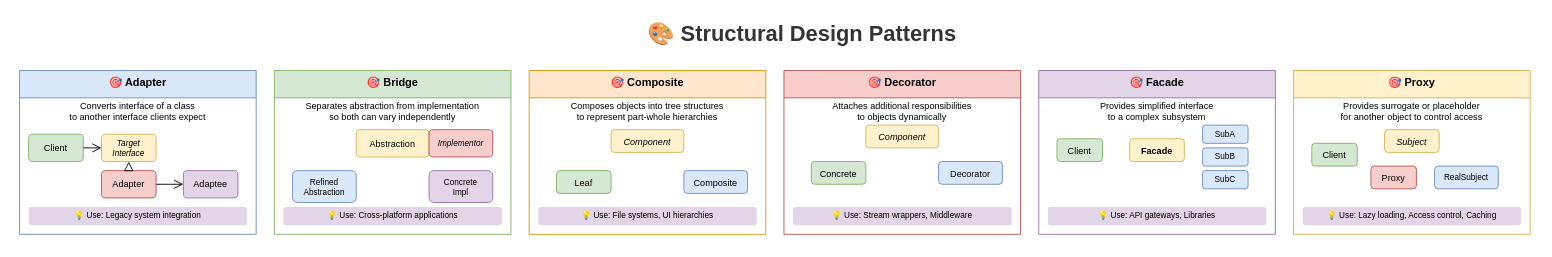
MrParkerZ7/document-lesson-software-architect-x-claude keeps this draw.io diagram as lesson-01-software-design-architecture/01-design-patterns/1.2-structural-patterns-overview.drawio. Above is the earlier version. Source tidied: cells renumbered, new cells numbered last; positions are measured from the earlier drawing's top-left corner, leaving out a move shared by most shapes. Both pictures are drawn from the tidied source at 91%, with x=0, y=0 at pixel (19, 15).
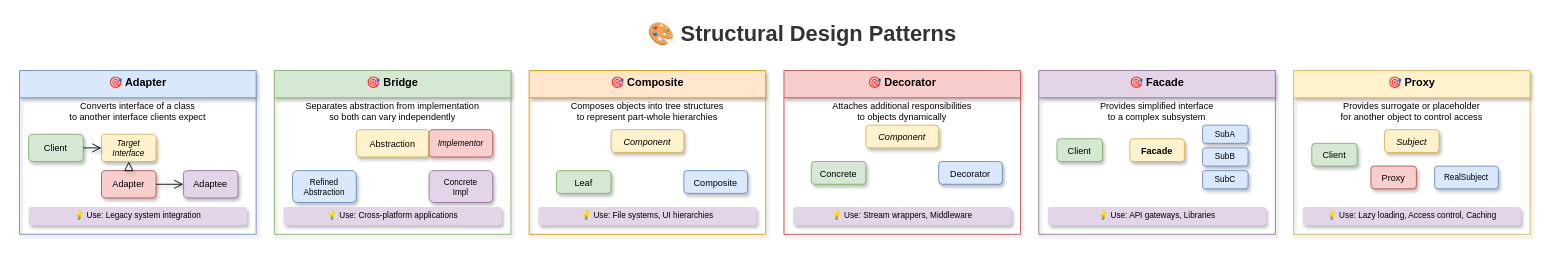
The same diagram, later.

Diff of the diagram source:
```diff
@@
-    <mxCell id="3" value="🎯 Adapter" style="swimlane;fontStyle=1;align=center;verticalAlign=top;horizontal=1;startSize=30;fillColor=#dae8fc;strokeColor=#6c8ebf;" parent="1" vertex="1">
+    <mxCell id="3" value="🎯 Adapter" style="swimlane;fontStyle=1;align=center;verticalAlign=top;horizontal=1;startSize=30;fillColor=#dae8fc;strokeColor=#6c8ebf;shadow=1;rounded=0;" parent="1" vertex="1">
       <mxGeometry y="60" width="260" height="180" as="geometry" />
     </mxCell>
@@
-    <mxCell id="5" value="Client" style="rounded=1;whiteSpace=wrap;html=1;fillColor=#d5e8d4;strokeColor=#82b366;fontSize=10;" parent="3" vertex="1">
+    <mxCell id="5" value="Client" style="rounded=1;whiteSpace=wrap;html=1;fillColor=#d5e8d4;strokeColor=#82b366;fontSize=10;shadow=1;" parent="3" vertex="1">
       <mxGeometry x="10" y="70" width="60" height="30" as="geometry" />
     </mxCell>
-    <mxCell id="6" value="Target&#10;Interface" style="rounded=1;whiteSpace=wrap;html=1;fillColor=#fff2cc;strokeColor=#d6b656;fontSize=9;fontStyle=2;" parent="3" vertex="1">
+    <mxCell id="6" value="Target&#10;Interface" style="rounded=1;whiteSpace=wrap;html=1;fillColor=#fff2cc;strokeColor=#d6b656;fontSize=9;fontStyle=2;shadow=1;" parent="3" vertex="1">
       <mxGeometry x="90" y="70" width="60" height="30" as="geometry" />
     </mxCell>
-    <mxCell id="7" value="Adapter" style="rounded=1;whiteSpace=wrap;html=1;fillColor=#f8cecc;strokeColor=#b85450;fontSize=10;" parent="3" vertex="1">
+    <mxCell id="7" value="Adapter" style="rounded=1;whiteSpace=wrap;html=1;fillColor=#f8cecc;strokeColor=#b85450;fontSize=10;shadow=1;" parent="3" vertex="1">
       <mxGeometry x="90" y="110" width="60" height="30" as="geometry" />
     </mxCell>
-    <mxCell id="8" value="Adaptee" style="rounded=1;whiteSpace=wrap;html=1;fillColor=#e1d5e7;strokeColor=#9673a6;fontSize=10;" parent="3" vertex="1">
+    <mxCell id="8" value="Adaptee" style="rounded=1;whiteSpace=wrap;html=1;fillColor=#e1d5e7;strokeColor=#9673a6;fontSize=10;shadow=1;" parent="3" vertex="1">
       <mxGeometry x="180" y="110" width="60" height="30" as="geometry" />
     </mxCell>
-    <mxCell id="9" style="endArrow=open;endFill=0;endSize=8;html=1;exitX=1;exitY=0.5;exitDx=0;exitDy=0;entryX=0;entryY=0.5;entryDx=0;entryDy=0;" parent="3" edge="1" source="5" target="6">
+    <mxCell id="9" style="endArrow=open;endFill=0;endSize=8;html=1;exitX=1;exitY=0.5;exitDx=0;exitDy=0;entryX=0;entryY=0.5;entryDx=0;entryDy=0;shadow=1;curved=1;flowAnimation=1;jumpStyle=arc;" parent="3" edge="1" source="5" target="6">
       <mxGeometry relative="1" as="geometry" />
     </mxCell>
-    <mxCell id="10" style="endArrow=block;endFill=0;endSize=8;html=1;exitX=0.5;exitY=0;exitDx=0;exitDy=0;entryX=0.5;entryY=1;entryDx=0;entryDy=0;" parent="3" edge="1" source="7" target="6">
+    <mxCell id="10" style="endArrow=block;endFill=0;endSize=8;html=1;exitX=0.5;exitY=0;exitDx=0;exitDy=0;entryX=0.5;entryY=1;entryDx=0;entryDy=0;shadow=1;curved=1;flowAnimation=1;jumpStyle=arc;" parent="3" edge="1" source="7" target="6">
       <mxGeometry relative="1" as="geometry" />
     </mxCell>
-    <mxCell id="11" style="endArrow=open;endFill=0;endSize=8;html=1;exitX=1;exitY=0.5;exitDx=0;exitDy=0;entryX=0;entryY=0.5;entryDx=0;entryDy=0;" parent="3" edge="1" source="7" target="8">
+    <mxCell id="11" style="endArrow=open;endFill=0;endSize=8;html=1;exitX=1;exitY=0.5;exitDx=0;exitDy=0;entryX=0;entryY=0.5;entryDx=0;entryDy=0;shadow=1;curved=1;flowAnimation=1;jumpStyle=arc;" parent="3" edge="1" source="7" target="8">
       <mxGeometry relative="1" as="geometry" />
     </mxCell>
-    <mxCell id="12" value="💡 Use: Legacy system integration" style="text;html=1;strokeColor=none;fillColor=#e1d5e7;align=center;verticalAlign=middle;whiteSpace=wrap;rounded=1;fontSize=9;" parent="3" vertex="1">
+    <mxCell id="12" value="💡 Use: Legacy system integration" style="text;html=1;strokeColor=none;fillColor=#e1d5e7;align=center;verticalAlign=middle;whiteSpace=wrap;rounded=1;fontSize=9;shadow=1;" parent="3" vertex="1">
       <mxGeometry x="10" y="150" width="240" height="20" as="geometry" />
     </mxCell>
-    <mxCell id="13" value="🎯 Bridge" style="swimlane;fontStyle=1;align=center;verticalAlign=top;horizontal=1;startSize=30;fillColor=#d5e8d4;strokeColor=#82b366;" parent="1" vertex="1">
+    <mxCell id="13" value="🎯 Bridge" style="swimlane;fontStyle=1;align=center;verticalAlign=top;horizontal=1;startSize=30;fillColor=#d5e8d4;strokeColor=#82b366;shadow=1;rounded=0;" parent="1" vertex="1">
       <mxGeometry x="280" y="60" width="260" height="180" as="geometry" />
     </mxCell>
@@
-    <mxCell id="15" value="Abstraction" style="rounded=1;whiteSpace=wrap;html=1;fillColor=#fff2cc;strokeColor=#d6b656;fontSize=10;" parent="13" vertex="1">
+    <mxCell id="15" value="Abstraction" style="rounded=1;whiteSpace=wrap;html=1;fillColor=#fff2cc;strokeColor=#d6b656;fontSize=10;shadow=1;" parent="13" vertex="1">
       <mxGeometry x="90" y="65" width="80" height="30" as="geometry" />
     </mxCell>
-    <mxCell id="16" value="Refined&#10;Abstraction" style="rounded=1;whiteSpace=wrap;html=1;fillColor=#dae8fc;strokeColor=#6c8ebf;fontSize=9;" parent="13" vertex="1">
+    <mxCell id="16" value="Refined&#10;Abstraction" style="rounded=1;whiteSpace=wrap;html=1;fillColor=#dae8fc;strokeColor=#6c8ebf;fontSize=9;shadow=1;" parent="13" vertex="1">
       <mxGeometry x="20" y="110" width="70" height="35" as="geometry" />
     </mxCell>
-    <mxCell id="17" value="Implementor" style="rounded=1;whiteSpace=wrap;html=1;fillColor=#f8cecc;strokeColor=#b85450;fontSize=9;fontStyle=2;" parent="13" vertex="1">
+    <mxCell id="17" value="Implementor" style="rounded=1;whiteSpace=wrap;html=1;fillColor=#f8cecc;strokeColor=#b85450;fontSize=9;fontStyle=2;shadow=1;" parent="13" vertex="1">
       <mxGeometry x="170" y="65" width="70" height="30" as="geometry" />
     </mxCell>
-    <mxCell id="18" value="Concrete&#10;Impl" style="rounded=1;whiteSpace=wrap;html=1;fillColor=#e1d5e7;strokeColor=#9673a6;fontSize=9;" parent="13" vertex="1">
+    <mxCell id="18" value="Concrete&#10;Impl" style="rounded=1;whiteSpace=wrap;html=1;fillColor=#e1d5e7;strokeColor=#9673a6;fontSize=9;shadow=1;" parent="13" vertex="1">
       <mxGeometry x="170" y="110" width="70" height="35" as="geometry" />
     </mxCell>
-    <mxCell id="19" value="💡 Use: Cross-platform applications" style="text;html=1;strokeColor=none;fillColor=#e1d5e7;align=center;verticalAlign=middle;whiteSpace=wrap;rounded=1;fontSize=9;" parent="13" vertex="1">
+    <mxCell id="19" value="💡 Use: Cross-platform applications" style="text;html=1;strokeColor=none;fillColor=#e1d5e7;align=center;verticalAlign=middle;whiteSpace=wrap;rounded=1;fontSize=9;shadow=1;" parent="13" vertex="1">
       <mxGeometry x="10" y="150" width="240" height="20" as="geometry" />
     </mxCell>
-    <mxCell id="20" value="🎯 Composite" style="swimlane;fontStyle=1;align=center;verticalAlign=top;horizontal=1;startSize=30;fillColor=#ffe6cc;strokeColor=#d79b00;" parent="1" vertex="1">
+    <mxCell id="20" value="🎯 Composite" style="swimlane;fontStyle=1;align=center;verticalAlign=top;horizontal=1;startSize=30;fillColor=#ffe6cc;strokeColor=#d79b00;shadow=1;rounded=0;" parent="1" vertex="1">
       <mxGeometry x="560" y="60" width="260" height="180" as="geometry" />
     </mxCell>
@@
-    <mxCell id="22" value="Component" style="rounded=1;whiteSpace=wrap;html=1;fillColor=#fff2cc;strokeColor=#d6b656;fontSize=10;fontStyle=2;" parent="20" vertex="1">
+    <mxCell id="22" value="Component" style="rounded=1;whiteSpace=wrap;html=1;fillColor=#fff2cc;strokeColor=#d6b656;fontSize=10;fontStyle=2;shadow=1;" parent="20" vertex="1">
       <mxGeometry x="90" y="65" width="80" height="25" as="geometry" />
     </mxCell>
-    <mxCell id="23" value="Leaf" style="rounded=1;whiteSpace=wrap;html=1;fillColor=#d5e8d4;strokeColor=#82b366;fontSize=10;" parent="20" vertex="1">
+    <mxCell id="23" value="Leaf" style="rounded=1;whiteSpace=wrap;html=1;fillColor=#d5e8d4;strokeColor=#82b366;fontSize=10;shadow=1;" parent="20" vertex="1">
       <mxGeometry x="30" y="110" width="60" height="25" as="geometry" />
     </mxCell>
-    <mxCell id="24" value="Composite" style="rounded=1;whiteSpace=wrap;html=1;fillColor=#dae8fc;strokeColor=#6c8ebf;fontSize=10;" parent="20" vertex="1">
+    <mxCell id="24" value="Composite" style="rounded=1;whiteSpace=wrap;html=1;fillColor=#dae8fc;strokeColor=#6c8ebf;fontSize=10;shadow=1;" parent="20" vertex="1">
       <mxGeometry x="170" y="110" width="70" height="25" as="geometry" />
     </mxCell>
-    <mxCell id="25" value="💡 Use: File systems, UI hierarchies" style="text;html=1;strokeColor=none;fillColor=#e1d5e7;align=center;verticalAlign=middle;whiteSpace=wrap;rounded=1;fontSize=9;" parent="20" vertex="1">
+    <mxCell id="25" value="💡 Use: File systems, UI hierarchies" style="text;html=1;strokeColor=none;fillColor=#e1d5e7;align=center;verticalAlign=middle;whiteSpace=wrap;rounded=1;fontSize=9;shadow=1;" parent="20" vertex="1">
       <mxGeometry x="10" y="150" width="240" height="20" as="geometry" />
     </mxCell>
-    <mxCell id="26" value="🎯 Decorator" style="swimlane;fontStyle=1;align=center;verticalAlign=top;horizontal=1;startSize=30;fillColor=#f8cecc;strokeColor=#b85450;" parent="1" vertex="1">
+    <mxCell id="26" value="🎯 Decorator" style="swimlane;fontStyle=1;align=center;verticalAlign=top;horizontal=1;startSize=30;fillColor=#f8cecc;strokeColor=#b85450;shadow=1;rounded=0;" parent="1" vertex="1">
       <mxGeometry x="840" y="60" width="260" height="180" as="geometry" />
     </mxCell>
@@
-    <mxCell id="28" value="Component" style="rounded=1;whiteSpace=wrap;html=1;fillColor=#fff2cc;strokeColor=#d6b656;fontSize=10;fontStyle=2;" parent="26" vertex="1">
+    <mxCell id="28" value="Component" style="rounded=1;whiteSpace=wrap;html=1;fillColor=#fff2cc;strokeColor=#d6b656;fontSize=10;fontStyle=2;shadow=1;" parent="26" vertex="1">
       <mxGeometry x="90" y="60" width="80" height="25" as="geometry" />
     </mxCell>
-    <mxCell id="29" value="Concrete" style="rounded=1;whiteSpace=wrap;html=1;fillColor=#d5e8d4;strokeColor=#82b366;fontSize=10;" parent="26" vertex="1">
+    <mxCell id="29" value="Concrete" style="rounded=1;whiteSpace=wrap;html=1;fillColor=#d5e8d4;strokeColor=#82b366;fontSize=10;shadow=1;" parent="26" vertex="1">
       <mxGeometry x="30" y="100" width="60" height="25" as="geometry" />
     </mxCell>
-    <mxCell id="30" value="Decorator" style="rounded=1;whiteSpace=wrap;html=1;fillColor=#dae8fc;strokeColor=#6c8ebf;fontSize=10;" parent="26" vertex="1">
+    <mxCell id="30" value="Decorator" style="rounded=1;whiteSpace=wrap;html=1;fillColor=#dae8fc;strokeColor=#6c8ebf;fontSize=10;shadow=1;" parent="26" vertex="1">
       <mxGeometry x="170" y="100" width="70" height="25" as="geometry" />
     </mxCell>
-    <mxCell id="31" value="💡 Use: Stream wrappers, Middleware" style="text;html=1;strokeColor=none;fillColor=#e1d5e7;align=center;verticalAlign=middle;whiteSpace=wrap;rounded=1;fontSize=9;" parent="26" vertex="1">
+    <mxCell id="31" value="💡 Use: Stream wrappers, Middleware" style="text;html=1;strokeColor=none;fillColor=#e1d5e7;align=center;verticalAlign=middle;whiteSpace=wrap;rounded=1;fontSize=9;shadow=1;" parent="26" vertex="1">
       <mxGeometry x="10" y="150" width="240" height="20" as="geometry" />
     </mxCell>
-    <mxCell id="32" value="🎯 Facade" style="swimlane;fontStyle=1;align=center;verticalAlign=top;horizontal=1;startSize=30;fillColor=#e1d5e7;strokeColor=#9673a6;" parent="1" vertex="1">
+    <mxCell id="32" value="🎯 Facade" style="swimlane;fontStyle=1;align=center;verticalAlign=top;horizontal=1;startSize=30;fillColor=#e1d5e7;strokeColor=#9673a6;shadow=1;rounded=0;" parent="1" vertex="1">
       <mxGeometry x="1120" y="60" width="260" height="180" as="geometry" />
     </mxCell>
@@
-    <mxCell id="34" value="Client" style="rounded=1;whiteSpace=wrap;html=1;fillColor=#d5e8d4;strokeColor=#82b366;fontSize=10;" parent="32" vertex="1">
+    <mxCell id="34" value="Client" style="rounded=1;whiteSpace=wrap;html=1;fillColor=#d5e8d4;strokeColor=#82b366;fontSize=10;shadow=1;" parent="32" vertex="1">
       <mxGeometry x="20" y="75" width="50" height="25" as="geometry" />
     </mxCell>
-    <mxCell id="35" value="Facade" style="rounded=1;whiteSpace=wrap;html=1;fillColor=#fff2cc;strokeColor=#d6b656;fontSize=10;fontStyle=1;" parent="32" vertex="1">
+    <mxCell id="35" value="Facade" style="rounded=1;whiteSpace=wrap;html=1;fillColor=#fff2cc;strokeColor=#d6b656;fontSize=10;fontStyle=1;shadow=1;" parent="32" vertex="1">
       <mxGeometry x="100" y="75" width="60" height="25" as="geometry" />
     </mxCell>
-    <mxCell id="36" value="SubA" style="rounded=1;whiteSpace=wrap;html=1;fillColor=#dae8fc;strokeColor=#6c8ebf;fontSize=9;" parent="32" vertex="1">
+    <mxCell id="36" value="SubA" style="rounded=1;whiteSpace=wrap;html=1;fillColor=#dae8fc;strokeColor=#6c8ebf;fontSize=9;shadow=1;" parent="32" vertex="1">
       <mxGeometry x="180" y="60" width="50" height="20" as="geometry" />
     </mxCell>
-    <mxCell id="37" value="SubB" style="rounded=1;whiteSpace=wrap;html=1;fillColor=#dae8fc;strokeColor=#6c8ebf;fontSize=9;" parent="32" vertex="1">
+    <mxCell id="37" value="SubB" style="rounded=1;whiteSpace=wrap;html=1;fillColor=#dae8fc;strokeColor=#6c8ebf;fontSize=9;shadow=1;" parent="32" vertex="1">
       <mxGeometry x="180" y="85" width="50" height="20" as="geometry" />
     </mxCell>
-    <mxCell id="38" value="SubC" style="rounded=1;whiteSpace=wrap;html=1;fillColor=#dae8fc;strokeColor=#6c8ebf;fontSize=9;" parent="32" vertex="1">
+    <mxCell id="38" value="SubC" style="rounded=1;whiteSpace=wrap;html=1;fillColor=#dae8fc;strokeColor=#6c8ebf;fontSize=9;shadow=1;" parent="32" vertex="1">
       <mxGeometry x="180" y="110" width="50" height="20" as="geometry" />
     </mxCell>
-    <mxCell id="39" value="💡 Use: API gateways, Libraries" style="text;html=1;strokeColor=none;fillColor=#e1d5e7;align=center;verticalAlign=middle;whiteSpace=wrap;rounded=1;fontSize=9;" parent="32" vertex="1">
+    <mxCell id="39" value="💡 Use: API gateways, Libraries" style="text;html=1;strokeColor=none;fillColor=#e1d5e7;align=center;verticalAlign=middle;whiteSpace=wrap;rounded=1;fontSize=9;shadow=1;" parent="32" vertex="1">
       <mxGeometry x="10" y="150" width="240" height="20" as="geometry" />
     </mxCell>
-    <mxCell id="40" value="🎯 Proxy" style="swimlane;fontStyle=1;align=center;verticalAlign=top;horizontal=1;startSize=30;fillColor=#fff2cc;strokeColor=#d6b656;" parent="1" vertex="1">
+    <mxCell id="40" value="🎯 Proxy" style="swimlane;fontStyle=1;align=center;verticalAlign=top;horizontal=1;startSize=30;fillColor=#fff2cc;strokeColor=#d6b656;shadow=1;rounded=0;" parent="1" vertex="1">
       <mxGeometry x="1400" y="60" width="260" height="180" as="geometry" />
     </mxCell>
@@
-    <mxCell id="42" value="Client" style="rounded=1;whiteSpace=wrap;html=1;fillColor=#d5e8d4;strokeColor=#82b366;fontSize=10;" parent="40" vertex="1">
+    <mxCell id="42" value="Client" style="rounded=1;whiteSpace=wrap;html=1;fillColor=#d5e8d4;strokeColor=#82b366;fontSize=10;shadow=1;" parent="40" vertex="1">
       <mxGeometry x="20" y="80" width="50" height="25" as="geometry" />
     </mxCell>
-    <mxCell id="43" value="Subject" style="rounded=1;whiteSpace=wrap;html=1;fillColor=#fff2cc;strokeColor=#d6b656;fontSize=10;fontStyle=2;" parent="40" vertex="1">
+    <mxCell id="43" value="Subject" style="rounded=1;whiteSpace=wrap;html=1;fillColor=#fff2cc;strokeColor=#d6b656;fontSize=10;fontStyle=2;shadow=1;" parent="40" vertex="1">
       <mxGeometry x="100" y="65" width="60" height="25" as="geometry" />
     </mxCell>
-    <mxCell id="44" value="Proxy" style="rounded=1;whiteSpace=wrap;html=1;fillColor=#f8cecc;strokeColor=#b85450;fontSize=10;" parent="40" vertex="1">
+    <mxCell id="44" value="Proxy" style="rounded=1;whiteSpace=wrap;html=1;fillColor=#f8cecc;strokeColor=#b85450;fontSize=10;shadow=1;" parent="40" vertex="1">
       <mxGeometry x="85" y="105" width="50" height="25" as="geometry" />
     </mxCell>
-    <mxCell id="45" value="RealSubject" style="rounded=1;whiteSpace=wrap;html=1;fillColor=#dae8fc;strokeColor=#6c8ebf;fontSize=9;" parent="40" vertex="1">
+    <mxCell id="45" value="RealSubject" style="rounded=1;whiteSpace=wrap;html=1;fillColor=#dae8fc;strokeColor=#6c8ebf;fontSize=9;shadow=1;" parent="40" vertex="1">
       <mxGeometry x="155" y="105" width="70" height="25" as="geometry" />
     </mxCell>
-    <mxCell id="46" value="💡 Use: Lazy loading, Access control, Caching" style="text;html=1;strokeColor=none;fillColor=#e1d5e7;align=center;verticalAlign=middle;whiteSpace=wrap;rounded=1;fontSize=9;" parent="40" vertex="1">
+    <mxCell id="46" value="💡 Use: Lazy loading, Access control, Caching" style="text;html=1;strokeColor=none;fillColor=#e1d5e7;align=center;verticalAlign=middle;whiteSpace=wrap;rounded=1;fontSize=9;shadow=1;" parent="40" vertex="1">
       <mxGeometry x="10" y="150" width="240" height="20" as="geometry" />
     </mxCell>
```
